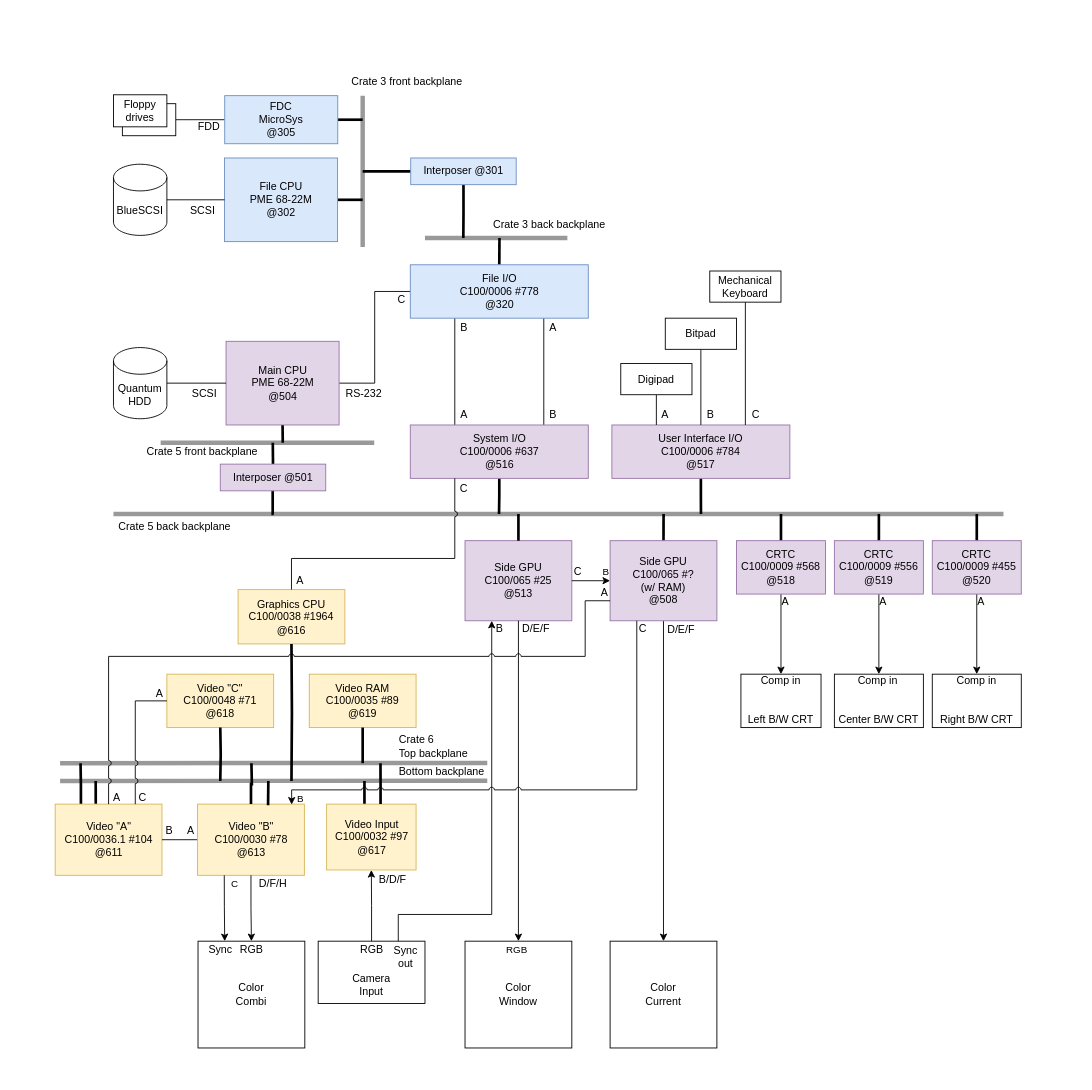
The draw.io diagram page "Block diagram" (2 of 2) of hardware/Aesthedes 2 HW.drawio in egueli/Aesthedes-notes, before the edit. Source tidied: cells renumbered, new cells numbered last; positions are measured from the earlier drawing's top-left corner, leaving out a move shared by most shapes. Both pictures are drawn from the tidied source at 89%, with x=0, y=0 at pixel (54, 77).
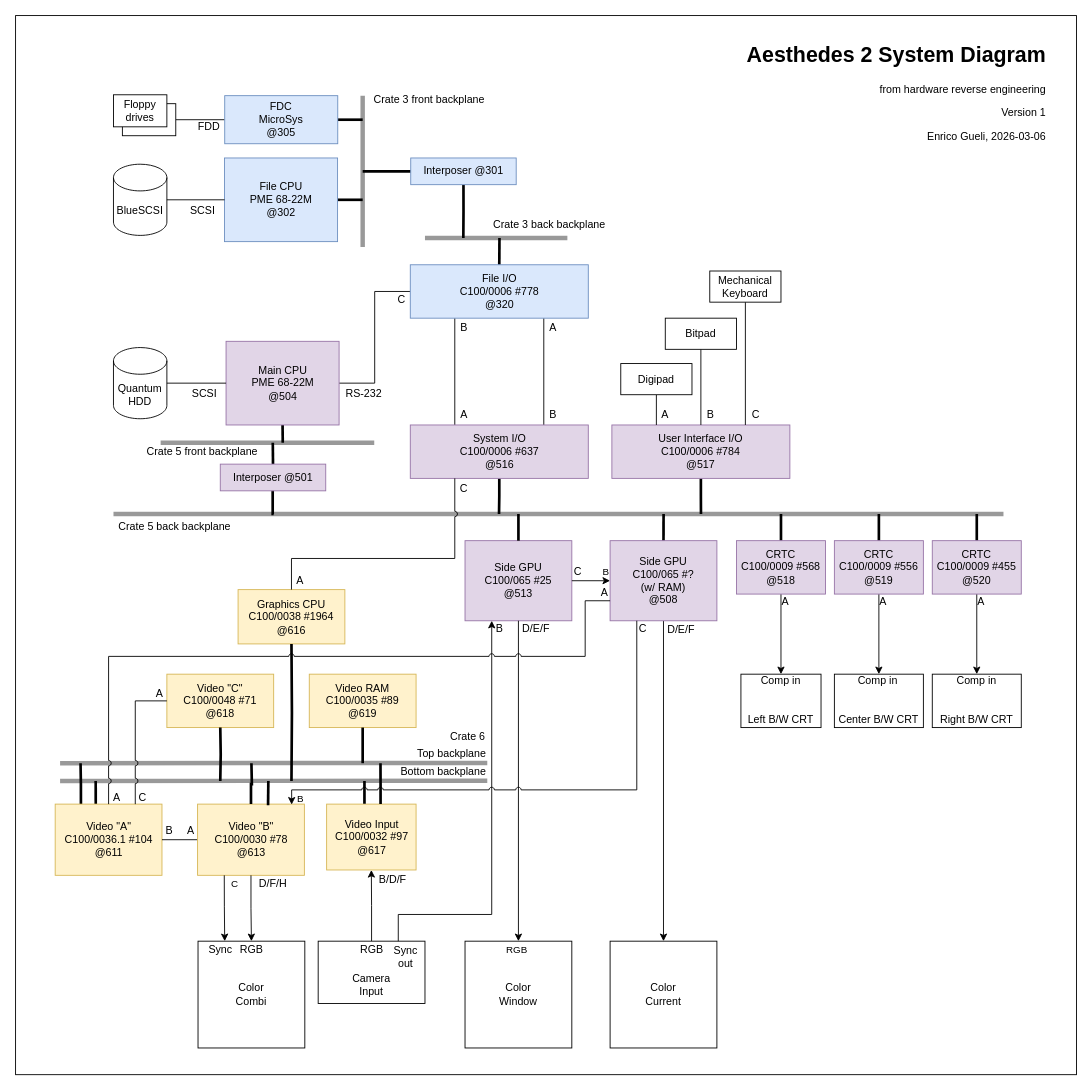
The same page after the edit.

Diff of the diagram source:
```diff
@@
+    <mxCell id="138" style="rounded=0;whiteSpace=wrap;html=1;fillColor=none;" parent="1" vertex="1">
+      <mxGeometry x="-44" y="-70" width="1192" height="1190" as="geometry" />
+    </mxCell>
@@
     <mxCell id="109" value="Crate 3 front backplane" style="text;html=1;whiteSpace=wrap;strokeColor=none;fillColor=none;align=center;verticalAlign=middle;rounded=0;" parent="1" vertex="1">
-      <mxGeometry x="331" width="130" height="10" as="geometry" />
+      <mxGeometry x="356" y="20" width="130" height="10" as="geometry" />
     </mxCell>
@@
-    <mxCell id="130" value="Top backplane" style="text;html=1;whiteSpace=wrap;strokeColor=none;fillColor=none;align=left;verticalAlign=middle;rounded=0;" parent="1" vertex="1">
-      <mxGeometry x="384.5" y="753.5" width="91.5" height="10" as="geometry" />
+    <mxCell id="130" value="Top backplane" style="text;html=1;whiteSpace=wrap;strokeColor=none;fillColor=none;align=right;verticalAlign=middle;rounded=0;" parent="1" vertex="1">
+      <mxGeometry x="394.5" y="753.5" width="91.5" height="10" as="geometry" />
     </mxCell>
-    <mxCell id="131" value="Bottom backplane" style="text;html=1;whiteSpace=wrap;strokeColor=none;fillColor=none;align=left;verticalAlign=middle;rounded=0;" parent="1" vertex="1">
+    <mxCell id="131" value="Bottom backplane" style="text;html=1;whiteSpace=wrap;strokeColor=none;fillColor=none;align=right;verticalAlign=middle;rounded=0;" parent="1" vertex="1">
       <mxGeometry x="384.5" y="775" width="101.5" height="10" as="geometry" />
     </mxCell>
@@
-    <mxCell id="133" value="Crate 6" style="text;html=1;whiteSpace=wrap;strokeColor=none;fillColor=none;align=left;verticalAlign=middle;rounded=0;" parent="1" vertex="1">
-      <mxGeometry x="384.5" y="738.5" width="140" height="10" as="geometry" />
+    <mxCell id="133" value="Crate 6" style="text;html=1;whiteSpace=wrap;strokeColor=none;fillColor=none;align=right;verticalAlign=middle;rounded=0;" parent="1" vertex="1">
+      <mxGeometry x="346" y="735.5" width="140" height="10" as="geometry" />
     </mxCell>
@@
+    <mxCell id="139" value="&lt;h1 style=&quot;margin-top: 0px;&quot;&gt;Aesthedes 2 System Diagram&lt;/h1&gt;&lt;div&gt;from hardware reverse engineering&lt;/div&gt;&lt;p&gt;Version 1&lt;/p&gt;&lt;p&gt;Enrico Gueli, 2026-03-06&lt;/p&gt;" style="text;html=1;whiteSpace=wrap;overflow=hidden;rounded=0;align=right;" parent="1" vertex="1">
+      <mxGeometry x="716" y="-46" width="400" height="120" as="geometry" />
+    </mxCell>
```
